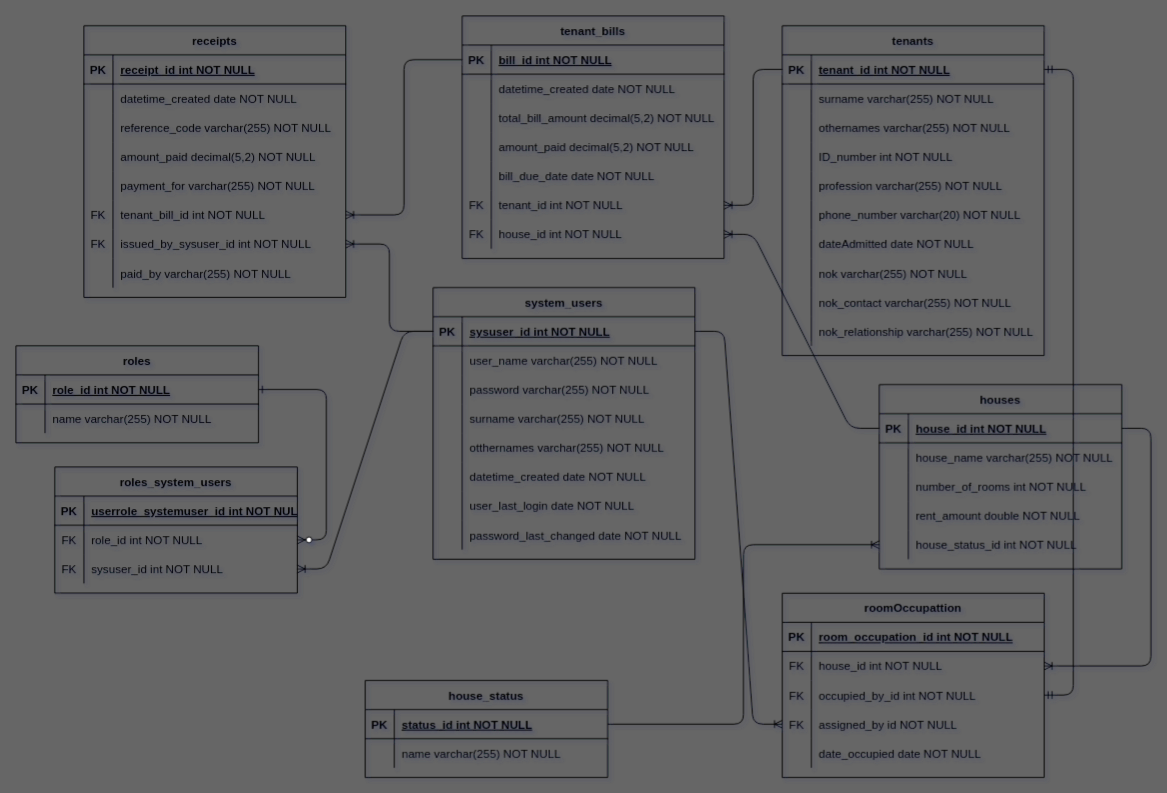
Above: rental-management-erd.drawio in seaSharkDenis/Rental-Management (draw.io), before the change. Source tidied: cells renumbered, new cells numbered last; positions are measured from the earlier drawing's top-left corner, leaving out a move shared by most shapes. Both pictures are drawn from the tidied source at 97%, with x=0, y=0 at pixel (16, 16).
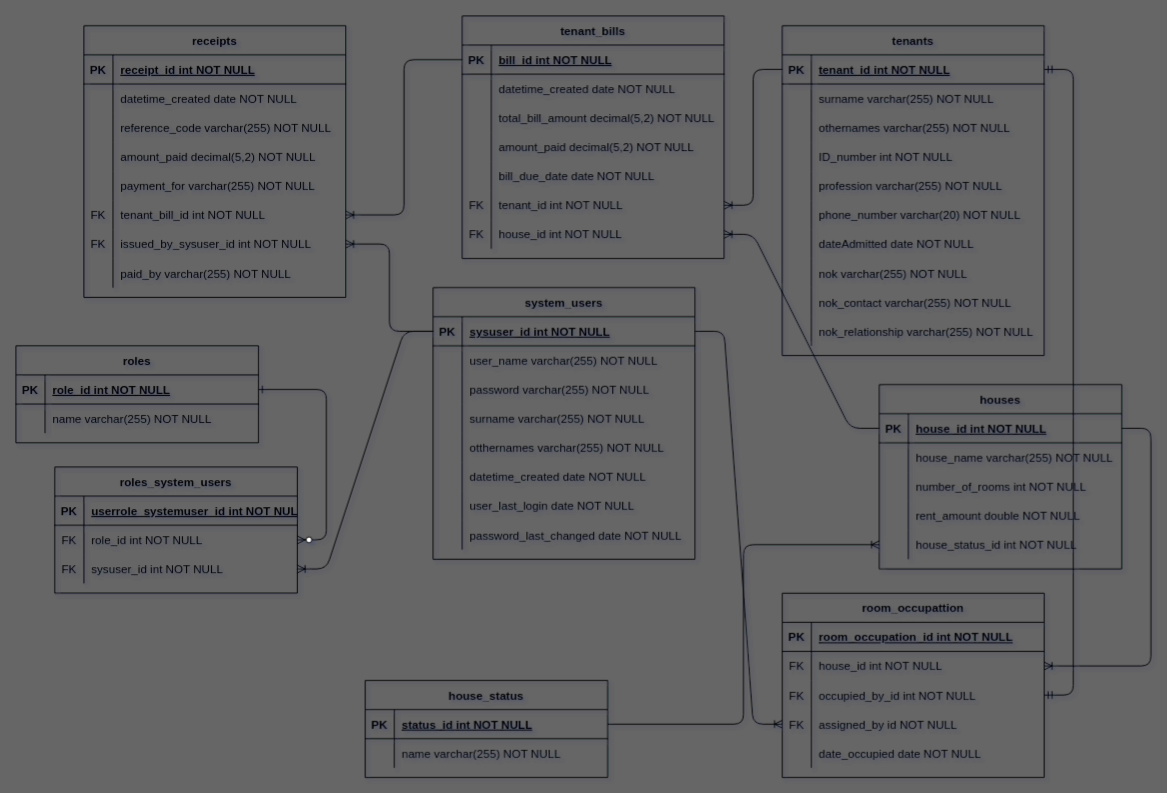
The same diagram, later.

Commit message (it also covers changes not shown here):
added rental management image, v.1.0.0

Diff of the diagram source:
```diff
@@
-    <mxCell id="142" value="roomOccupattion" style="shape=table;startSize=30;childLayout=tableLayout;rowLines=0;fontStyle=1;align=center;fontColor=#000000;strokeColor=#000000;fillColor=none;" parent="1" vertex="1">
+    <mxCell id="142" value="room_occupattion" style="shape=table;startSize=30;childLayout=tableLayout;rowLines=0;fontStyle=1;align=center;fontColor=#000000;strokeColor=#000000;fillColor=none;" parent="1" vertex="1">
       <mxGeometry x="790" y="595" width="270" height="190" as="geometry" />
     </mxCell>
```
